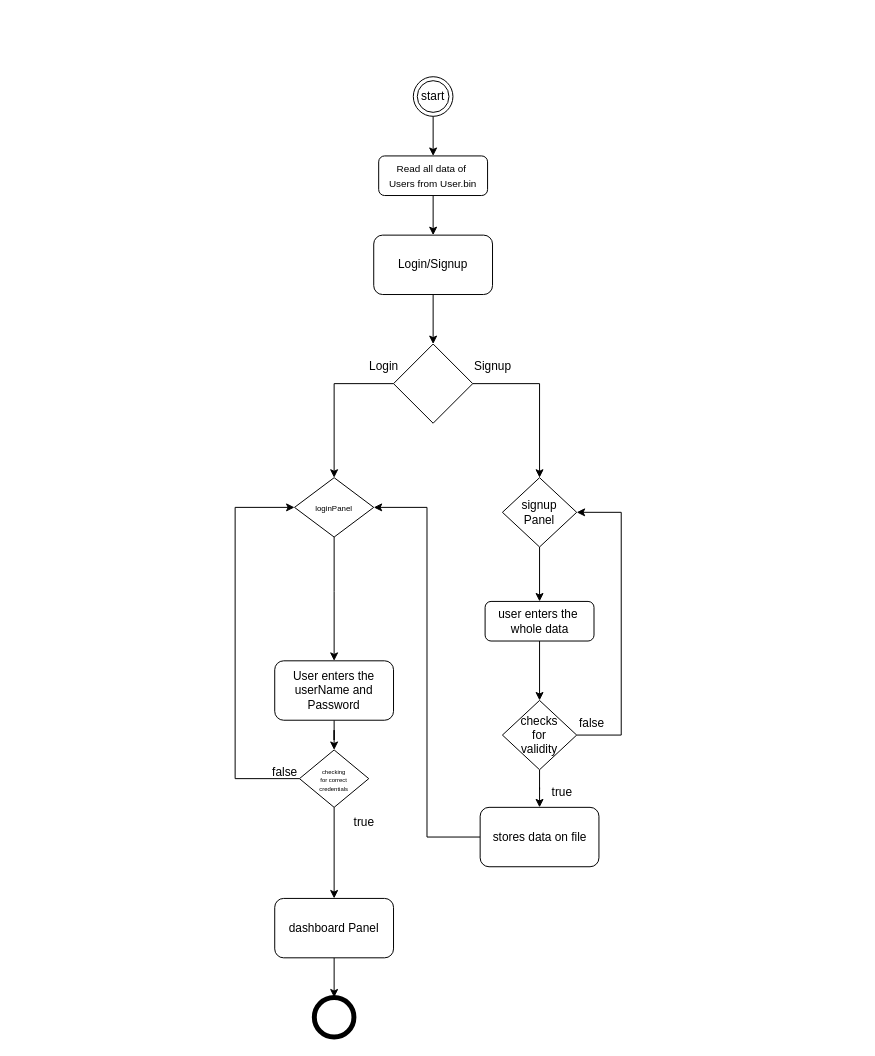
Earlier version of the draw.io diagram page "Login/Signup" (2 of 5) of UML.drawio (R0HAIL-ASHRAF/Book_Store). Source tidied: cells renumbered, new cells numbered last; positions are measured from the earlier drawing's top-left corner, leaving out a move shared by most shapes. Both pictures are drawn from the tidied source at 99%, with x=0, y=0 at pixel (235, 76).
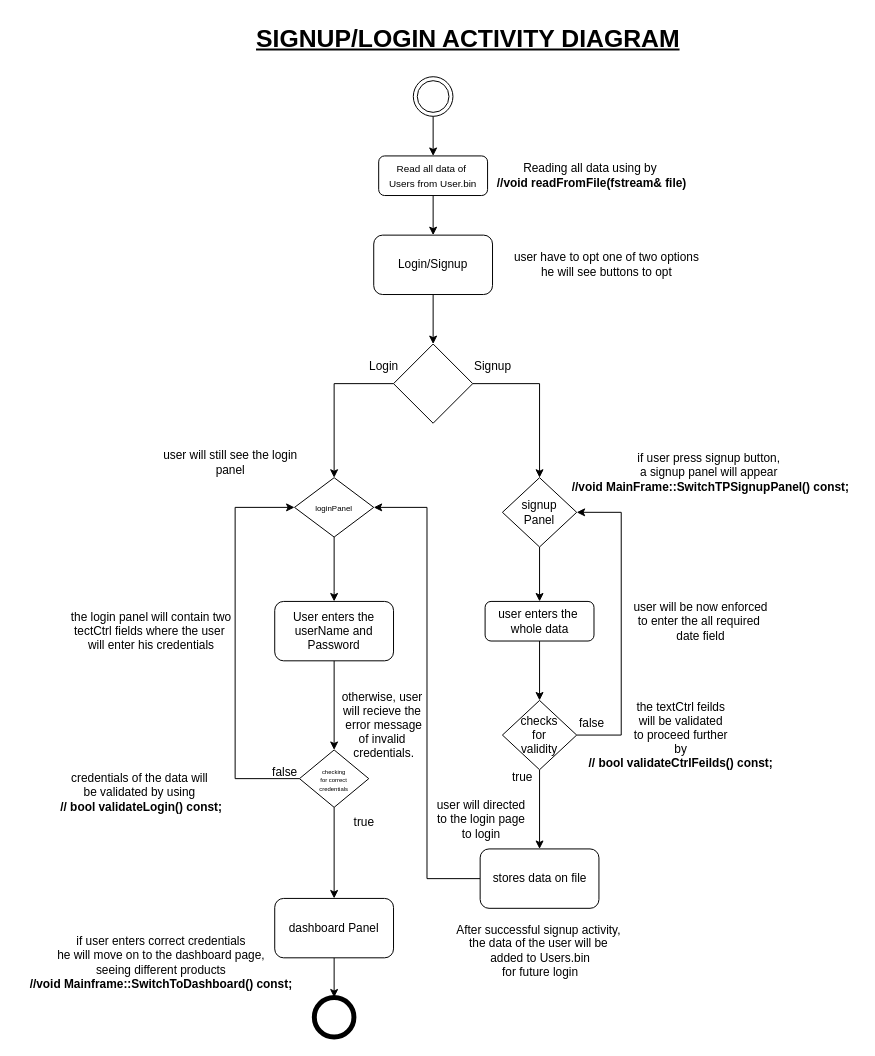
Above is the later version.

Diff of the diagram source:
```diff
@@
-    <mxCell id="3" value="start" style="ellipse;shape=doubleEllipse;html=1;dashed=0;whiteSpace=wrap;" parent="1" vertex="1">
+    <mxCell id="3" style="ellipse;shape=doubleEllipse;html=1;dashed=0;whiteSpace=wrap;" parent="1" vertex="1">
       <mxGeometry x="180" width="40" height="40" as="geometry" />
     </mxCell>
@@
     <mxCell id="7" value="User enters the&lt;div&gt;userName and Password&lt;/div&gt;" style="rounded=1;whiteSpace=wrap;html=1;" parent="1" vertex="1">
-      <mxGeometry x="40" y="590" width="120" height="60" as="geometry" />
+      <mxGeometry x="40" y="530" width="120" height="60" as="geometry" />
     </mxCell>
@@
     <mxCell id="30" value="stores data on file" style="rounded=1;whiteSpace=wrap;html=1;" parent="1" vertex="1">
-      <mxGeometry x="247.5" y="738" width="120" height="60" as="geometry" />
+      <mxGeometry x="247.5" y="780" width="120" height="60" as="geometry" />
     </mxCell>
     <mxCell id="31" value="true" style="text;html=1;align=center;verticalAlign=middle;strokeColor=none;fillColor=none;" parent="1" vertex="1">
-      <mxGeometry x="310" y="708" width="40" height="30" as="geometry" />
+      <mxGeometry x="270" y="693" width="40" height="30" as="geometry" />
     </mxCell>
@@
+    <mxCell id="36" value="Reading all data using by&amp;nbsp;&lt;div&gt;&lt;b&gt;//void readFromFile(fstream&amp;amp; file)&lt;/b&gt;&lt;/div&gt;" style="text;html=1;align=center;verticalAlign=middle;strokeColor=none;fillColor=none;" parent="1" vertex="1">
+      <mxGeometry x="255" y="80" width="210" height="40" as="geometry" />
+    </mxCell>
+    <mxCell id="37" value="user have to opt one of two options&lt;div&gt;he will see buttons to opt&lt;/div&gt;" style="text;html=1;align=center;verticalAlign=middle;strokeColor=none;fillColor=none;" parent="1" vertex="1">
+      <mxGeometry x="270" y="170" width="210" height="40" as="geometry" />
+    </mxCell>
+    <mxCell id="38" value="if user press signup button,&amp;nbsp;&lt;div&gt;a signup panel will appear&amp;nbsp;&lt;/div&gt;&lt;div&gt;&lt;b&gt;//void MainFrame::SwitchTPSignupPanel() const;&lt;/b&gt;&lt;/div&gt;" style="text;html=1;align=center;verticalAlign=middle;strokeColor=none;fillColor=none;" parent="1" vertex="1">
+      <mxGeometry x="330" y="370" width="300" height="60" as="geometry" />
+    </mxCell>
+    <mxCell id="39" value="user will still see the login&lt;div&gt;panel&lt;/div&gt;" style="text;html=1;align=center;verticalAlign=middle;strokeColor=none;fillColor=none;" parent="1" vertex="1">
+      <mxGeometry x="-85" y="370" width="160" height="40" as="geometry" />
+    </mxCell>
+    <mxCell id="40" value="the login panel will contain two&lt;div&gt;tectCtrl fields where the user&amp;nbsp;&lt;/div&gt;&lt;div&gt;will enter his credentials&lt;/div&gt;" style="text;html=1;align=center;verticalAlign=middle;strokeColor=none;fillColor=none;" parent="1" vertex="1">
+      <mxGeometry x="-180" y="530" width="190" height="60" as="geometry" />
+    </mxCell>
+    <mxCell id="41" value="credentials of the data will&amp;nbsp;&lt;div&gt;be validated by using&amp;nbsp;&lt;/div&gt;&lt;div&gt;&lt;b&gt;// bool validateLogin() const;&lt;/b&gt;&lt;/div&gt;" style="text;html=1;align=center;verticalAlign=middle;strokeColor=none;fillColor=none;" parent="1" vertex="1">
+      <mxGeometry x="-190" y="693" width="190" height="60" as="geometry" />
+    </mxCell>
+    <mxCell id="42" value="if user enters correct credentials&lt;div&gt;he will move on to the dashboard page,&lt;/div&gt;&lt;div&gt;seeing different products&lt;/div&gt;&lt;div&gt;&lt;b&gt;//void Mainframe::SwitchToDashboard() const;&lt;/b&gt;&lt;/div&gt;" style="text;html=1;align=center;verticalAlign=middle;strokeColor=none;fillColor=none;" parent="1" vertex="1">
+      <mxGeometry x="-220" y="860" width="290" height="70" as="geometry" />
+    </mxCell>
+    <mxCell id="43" value="otherwise, user&amp;nbsp;&lt;div&gt;will recieve the&amp;nbsp;&lt;/div&gt;&lt;div&gt;error message&lt;/div&gt;&lt;div&gt;of invalid&amp;nbsp;&lt;/div&gt;&lt;div&gt;credentials.&lt;/div&gt;" style="text;html=1;align=center;verticalAlign=middle;strokeColor=none;fillColor=none;" parent="1" vertex="1">
+      <mxGeometry x="95" y="610" width="110" height="90" as="geometry" />
+    </mxCell>
+    <mxCell id="44" value="user will be now enforced&lt;div&gt;to enter the all required&amp;nbsp;&lt;/div&gt;&lt;div&gt;date field&lt;/div&gt;" style="text;html=1;align=center;verticalAlign=middle;strokeColor=none;fillColor=none;" parent="1" vertex="1">
+      <mxGeometry x="390" y="520" width="160" height="60" as="geometry" />
+    </mxCell>
+    <mxCell id="45" value="the textCtrl feilds&lt;div&gt;will be validated&lt;/div&gt;&lt;div&gt;to proceed further&lt;/div&gt;&lt;div&gt;by&lt;/div&gt;&lt;div&gt;&lt;b&gt;// bool validateCtrlFeilds() const;&lt;/b&gt;&lt;/div&gt;" style="text;html=1;align=center;verticalAlign=middle;strokeColor=none;fillColor=none;" parent="1" vertex="1">
+      <mxGeometry x="345" y="620" width="210" height="90" as="geometry" />
+    </mxCell>
+    <mxCell id="46" value="user will directed&amp;nbsp;&lt;div&gt;to the login page&amp;nbsp;&lt;/div&gt;&lt;div&gt;to login&amp;nbsp;&lt;/div&gt;" style="text;html=1;align=center;verticalAlign=middle;strokeColor=none;fillColor=none;" parent="1" vertex="1">
+      <mxGeometry x="190" y="720" width="120" height="60" as="geometry" />
+    </mxCell>
+    <mxCell id="47" value="After successful signup activity,&amp;nbsp;&lt;div&gt;the data of the user will be&amp;nbsp;&lt;/div&gt;&lt;div&gt;added to Users.bin&lt;/div&gt;&lt;div&gt;for future login&lt;/div&gt;" style="text;html=1;align=center;verticalAlign=middle;strokeColor=none;fillColor=none;" parent="1" vertex="1">
+      <mxGeometry x="212.5" y="848" width="190" height="70" as="geometry" />
+    </mxCell>
+    <mxCell id="48" value="&lt;b&gt;&lt;font style=&quot;font-size: 25px;&quot;&gt;&lt;u&gt;SIGNUP/LOGIN ACTIVITY DIAGRAM&lt;/u&gt;&lt;/font&gt;&lt;/b&gt;" style="text;html=1;align=center;verticalAlign=middle;strokeColor=none;fillColor=none;" parent="1" vertex="1">
+      <mxGeometry x="10" y="-60" width="450" height="40" as="geometry" />
+    </mxCell>
```
